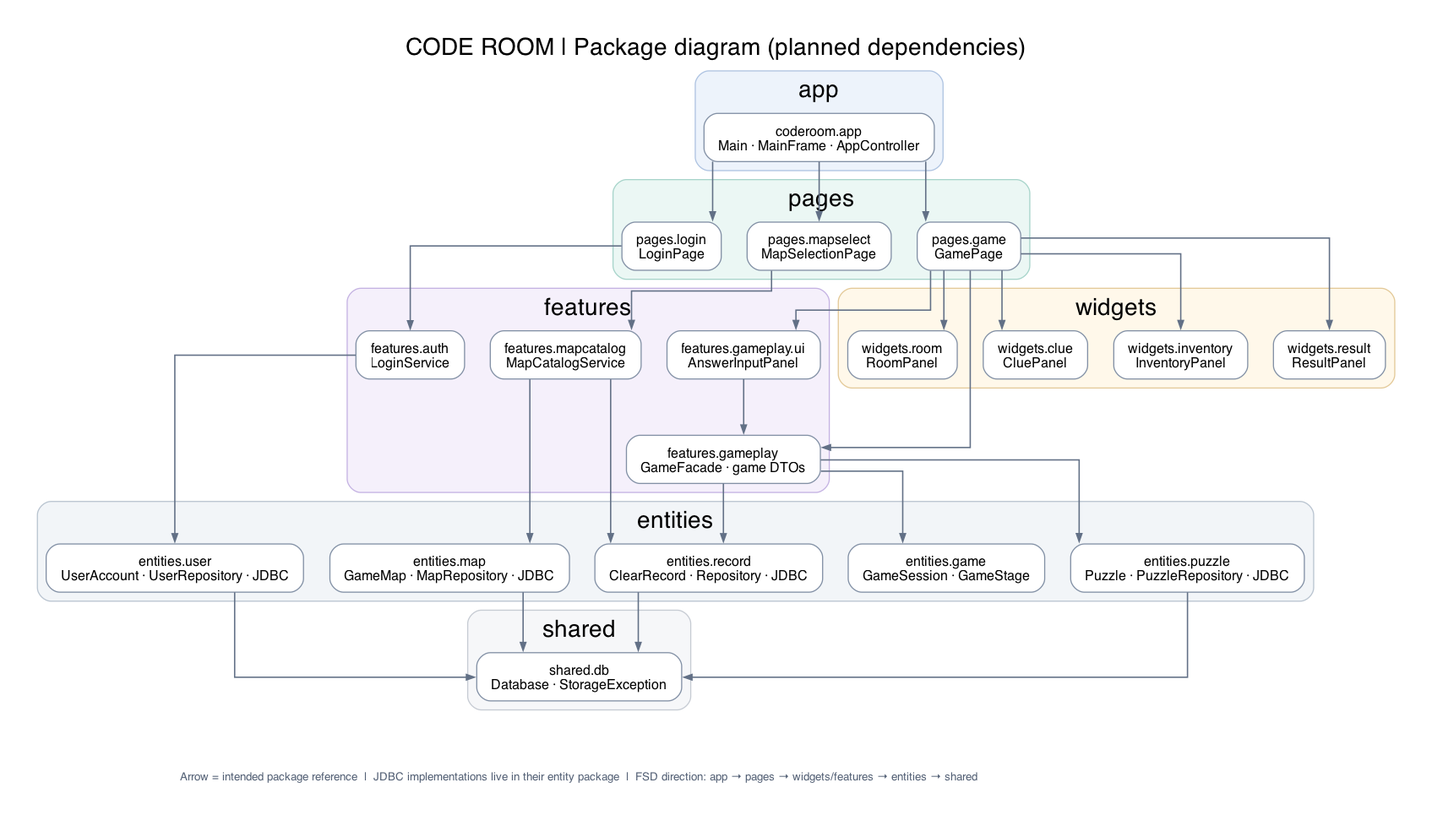
Earlier version of the Graphviz export Document/diagrams/05_package.png (hhannn001/JavaOOP_repository). Its source is kept beside it as Document/diagrams/05_package.dot. The source it was exported from:
```dot
digraph PackageDiagram {
  graph [rankdir=TB, bgcolor="white", pad=0.35, nodesep=0.32, ranksep=0.7, splines=ortho, fontname="Helvetica", fontsize=21, labelloc=t, label="CODE ROOM | Package diagram (planned dependencies)\n"];
  node [shape=box, style="rounded,filled", color="#8290a5", fillcolor="white", fontname="Helvetica", fontsize=12, margin="0.18,0.12"];
  edge [color="#627086", arrowsize=0.7, penwidth=1.2];

  subgraph cluster_app {
    label="app"; color="#aec3e1"; style="rounded,filled"; fillcolor="#edf3fb";
    app [label="coderoom.app\nMain · MainFrame · AppController"];
  }
  subgraph cluster_pages {
    label="pages"; color="#a7d4ca"; style="rounded,filled"; fillcolor="#ebf7f4";
    login [label="pages.login\nLoginPage"];
    mapselect [label="pages.mapselect\nMapSelectionPage"];
    gamepage [label="pages.game\nGamePage"];
  }
  subgraph cluster_widgets {
    label="widgets"; color="#e3c998"; style="rounded,filled"; fillcolor="#fff8ea";
    room [label="widgets.room\nRoomPanel"];
    clue [label="widgets.clue\nCluePanel"];
    inventory [label="widgets.inventory\nInventoryPanel"];
    result [label="widgets.result\nResultPanel"];
  }
  subgraph cluster_features {
    label="features"; color="#c4b2e2"; style="rounded,filled"; fillcolor="#f5f0fb";
    auth [label="features.auth\nLoginService"];
    catalog [label="features.mapcatalog\nMapCatalogService"];
    gameplay [label="features.gameplay\nGameFacade · game DTOs"];
    answerui [label="features.gameplay.ui\nAnswerInputPanel"];
  }
  subgraph cluster_entities {
    label="entities"; color="#b9c4d0"; style="rounded,filled"; fillcolor="#f2f5f8";
    user [label="entities.user\nUserAccount · UserRepository · JDBC"];
    map [label="entities.map\nGameMap · MapRepository · JDBC"];
    puzzle [label="entities.puzzle\nPuzzle · PuzzleRepository · JDBC"];
    session [label="entities.game\nGameSession · GameStage"];
    record [label="entities.record\nClearRecord · Repository · JDBC"];
  }
  subgraph cluster_shared {
    label="shared"; color="#c6cbd3"; style="rounded,filled"; fillcolor="#f6f7f9";
    db [label="shared.db\nDatabase · StorageException"];
  }

  app -> {login mapselect gamepage};
  login -> auth;
  mapselect -> catalog;
  gamepage -> {room clue inventory result answerui gameplay};
  auth -> user;
  catalog -> {map record};
  gameplay -> {session puzzle record};
  answerui -> gameplay;
  {user map puzzle record} -> db;

  legend [shape=plaintext, label="Arrow = intended package reference  |  JDBC implementations live in their entity package  |  FSD direction: app → pages → widgets/features → entities → shared", fontsize=10, fontcolor="#536075"];
  db -> legend [style=invis];
}
```
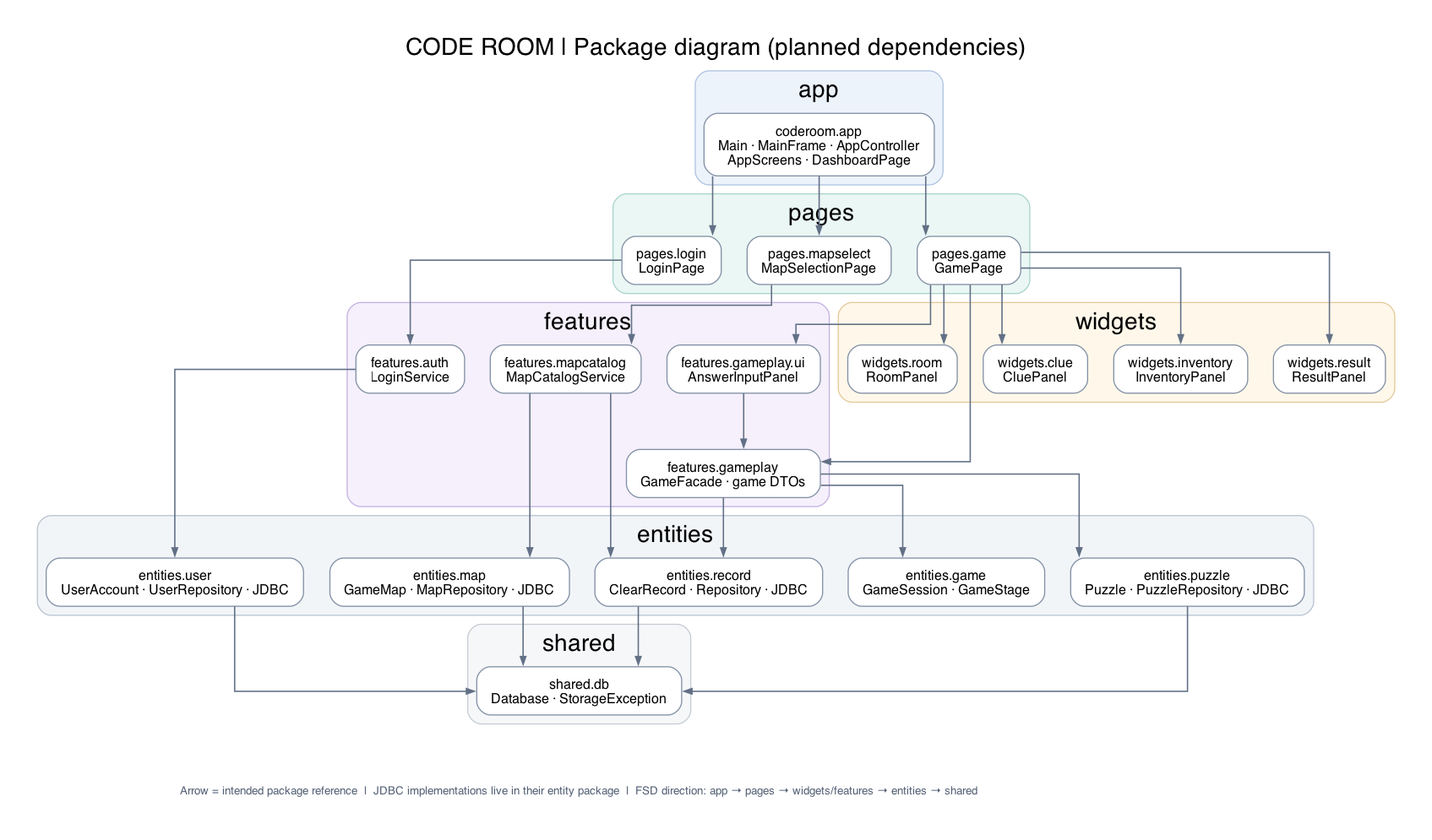
The same diagram one commit later.

Diff of the diagram source:
```diff
@@ -5,7 +5,7 @@
 
   subgraph cluster_app {
     label="app"; color="#aec3e1"; style="rounded,filled"; fillcolor="#edf3fb";
-    app [label="coderoom.app\nMain · MainFrame · AppController"];
+    app [label="coderoom.app\nMain · MainFrame · AppController\nAppScreens · DashboardPage"];
   }
   subgraph cluster_pages {
     label="pages"; color="#a7d4ca"; style="rounded,filled"; fillcolor="#ebf7f4";
```
